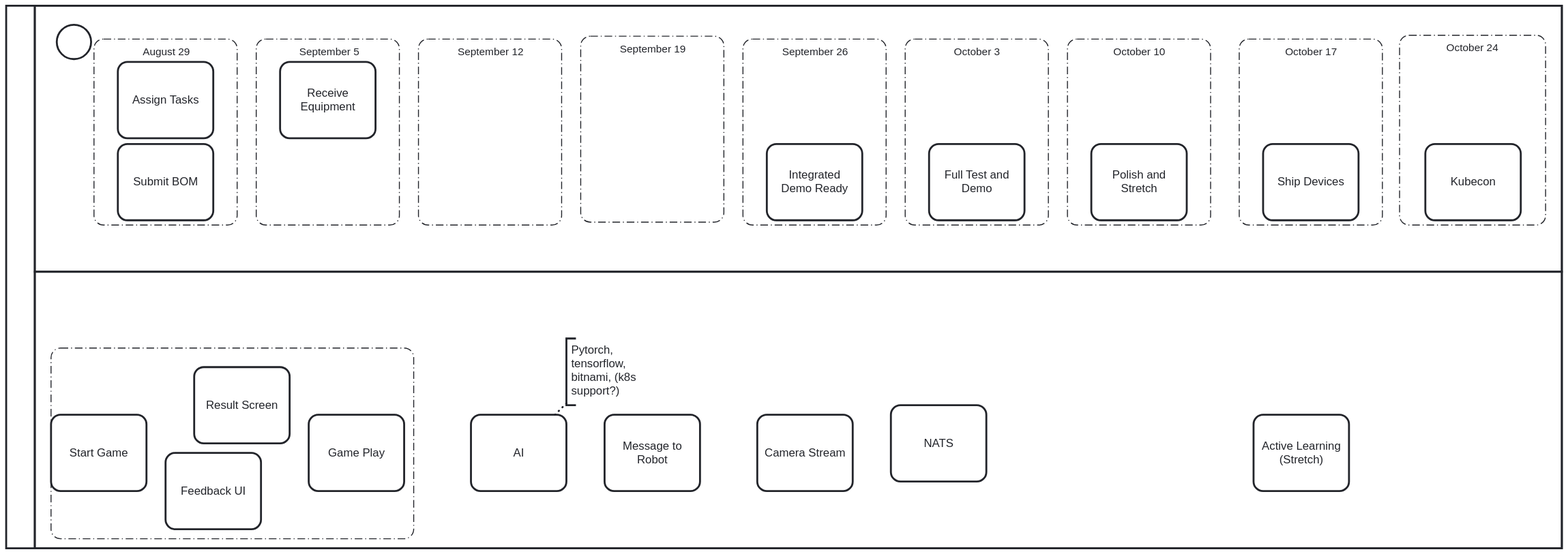
This is mtg-notes/timeline.svg from rancher-sandbox/kubecon-ai-demos, a BPMN export, as it was before one commit. Its source is kept beside it as mtg-notes/timeline.bpmn. Ids are renumbered. Its diagram source:
```xml
<bpmn:definitions xmlns:xsi="http://www.w3.org/2001/XMLSchema-instance" xmlns:bpmn="http://www.omg.org/spec/BPMN/20100524/MODEL" xmlns:bpmndi="http://www.omg.org/spec/BPMN/20100524/DI" xmlns:dc="http://www.omg.org/spec/DD/20100524/DC" xmlns:di="http://www.omg.org/spec/DD/20100524/DI" id="Definitions_n1" targetNamespace="http://bpmn.io/schema/bpmn" exporter="bpmn-js (https://demo.bpmn.io)" exporterVersion="9.3.2">
  <bpmn:collaboration id="Collaboration_n2">
    <bpmn:participant id="Participant_n3" processRef="Process_n4" />
    <bpmn:group id="Group_n5" categoryValueRef="CategoryValue_n6" />
    <bpmn:group id="Group_n7" categoryValueRef="CategoryValue_n8" />
    <bpmn:group id="Group_n9" categoryValueRef="CategoryValue_n10" />
    <bpmn:group id="Group_n11" categoryValueRef="CategoryValue_n12" />
    <bpmn:group id="Group_n13" categoryValueRef="CategoryValue_n14" />
    <bpmn:group id="Group_n15" categoryValueRef="CategoryValue_n16" />
    <bpmn:group id="Group_n17" categoryValueRef="CategoryValue_n18" />
    <bpmn:group id="Group_n19" categoryValueRef="CategoryValue_n20" />
    <bpmn:group id="Group_n21" categoryValueRef="CategoryValue_n22" />
    <bpmn:group id="Group_n23" categoryValueRef="CategoryValue_n24" />
  </bpmn:collaboration>
  <bpmn:process id="Process_n4" isExecutable="false">
    <bpmn:laneSet id="LaneSet_n25">
      <bpmn:lane id="Lane_n26">
        <bpmn:flowNodeRef>StartEvent_n27</bpmn:flowNodeRef>
        <bpmn:flowNodeRef>Activity_n28</bpmn:flowNodeRef>
        <bpmn:flowNodeRef>Activity_n29</bpmn:flowNodeRef>
        <bpmn:flowNodeRef>Activity_n30</bpmn:flowNodeRef>
        <bpmn:flowNodeRef>Activity_n31</bpmn:flowNodeRef>
        <bpmn:flowNodeRef>Activity_n32</bpmn:flowNodeRef>
        <bpmn:flowNodeRef>Activity_n33</bpmn:flowNodeRef>
        <bpmn:flowNodeRef>Activity_n34</bpmn:flowNodeRef>
        <bpmn:flowNodeRef>Activity_n35</bpmn:flowNodeRef>
      </bpmn:lane>
      <bpmn:lane id="Lane_n36">
        <bpmn:flowNodeRef>Activity_n37</bpmn:flowNodeRef>
        <bpmn:flowNodeRef>Activity_n38</bpmn:flowNodeRef>
        <bpmn:flowNodeRef>Activity_n39</bpmn:flowNodeRef>
        <bpmn:flowNodeRef>Activity_n40</bpmn:flowNodeRef>
        <bpmn:flowNodeRef>Activity_n41</bpmn:flowNodeRef>
        <bpmn:flowNodeRef>Activity_n42</bpmn:flowNodeRef>
        <bpmn:flowNodeRef>Activity_n43</bpmn:flowNodeRef>
        <bpmn:flowNodeRef>Activity_n44</bpmn:flowNodeRef>
        <bpmn:flowNodeRef>Activity_n45</bpmn:flowNodeRef>
      </bpmn:lane>
    </bpmn:laneSet>
    <bpmn:startEvent id="StartEvent_n27" />
    <bpmn:task id="Activity_n37" name="Start Game" />
    <bpmn:task id="Activity_n38" name="Active Learning (Stretch)" />
    <bpmn:task id="Activity_n39" name="AI" />
    <bpmn:task id="Activity_n40" name="Message to Robot" />
    <bpmn:task id="Activity_n41" name="Camera Stream" />
    <bpmn:task id="Activity_n42" name="Feedback UI" />
    <bpmn:task id="Activity_n43" name="Result Screen" />
    <bpmn:task id="Activity_n44" name="Game Play" />
    <bpmn:task id="Activity_n45" name="NATS" />
    <bpmn:task id="Activity_n28" name="Assign Tasks" />
    <bpmn:task id="Activity_n29" name="Receive Equipment" />
    <bpmn:task id="Activity_n30" name="Integrated Demo Ready" />
    <bpmn:task id="Activity_n31" name="Full Test and Demo" />
    <bpmn:task id="Activity_n32" name="Polish and Stretch" />
    <bpmn:task id="Activity_n33" name="Ship Devices" />
    <bpmn:task id="Activity_n34" name="Kubecon" />
    <bpmn:task id="Activity_n35" name="Submit BOM" />
    <bpmn:textAnnotation id="TextAnnotation_n46">
      <bpmn:text>Pytorch, tensorflow, bitnami, (k8s support?)</bpmn:text>
    </bpmn:textAnnotation>
    <bpmn:association id="Association_n47" sourceRef="Activity_n39" targetRef="TextAnnotation_n46" />
  </bpmn:process>
  <bpmn:category id="Category_n48">
    <bpmn:categoryValue id="CategoryValue_n6" value="October 24" />
  </bpmn:category>
  <bpmn:category id="Category_n49">
    <bpmn:categoryValue id="CategoryValue_n8" />
  </bpmn:category>
  <bpmn:category id="Category_n50">
    <bpmn:categoryValue id="CategoryValue_n10" value="October 17" />
  </bpmn:category>
  <bpmn:category id="Category_n51">
    <bpmn:categoryValue id="CategoryValue_n12" value="October 10" />
  </bpmn:category>
  <bpmn:category id="Category_n52">
    <bpmn:categoryValue id="CategoryValue_n14" value="October 3" />
  </bpmn:category>
  <bpmn:category id="Category_n53">
    <bpmn:categoryValue id="CategoryValue_n16" value="September 26" />
  </bpmn:category>
  <bpmn:category id="Category_n54">
    <bpmn:categoryValue id="CategoryValue_n18" value="September 19" />
  </bpmn:category>
  <bpmn:category id="Category_n55">
    <bpmn:categoryValue id="CategoryValue_n20" value="September 12" />
  </bpmn:category>
  <bpmn:category id="Category_n56">
    <bpmn:categoryValue id="CategoryValue_n22" value="September 5" />
  </bpmn:category>
  <bpmn:category id="Category_n57">
    <bpmn:categoryValue id="CategoryValue_n24" value="August 29" />
  </bpmn:category>
  <bpmndi:BPMNDiagram id="BPMNDiagram_1">
    <bpmndi:BPMNPlane id="BPMNPlane_1" bpmnElement="Collaboration_n2">
      <bpmndi:BPMNShape id="Participant_n3_di" bpmnElement="Participant_n3" isHorizontal="true">
        <dc:Bounds x="153" y="61" width="1630" height="569" />
      </bpmndi:BPMNShape>
      <bpmndi:BPMNShape id="Lane_n26_di" bpmnElement="Lane_n26" isHorizontal="true">
        <dc:Bounds x="183" y="61" width="1600" height="279" />
      </bpmndi:BPMNShape>
      <bpmndi:BPMNShape id="Lane_n36_di" bpmnElement="Lane_n36" isHorizontal="true">
        <dc:Bounds x="183" y="340" width="1600" height="290" />
      </bpmndi:BPMNShape>
      <bpmndi:BPMNShape id="TextAnnotation_n46_di" bpmnElement="TextAnnotation_n46">
        <dc:Bounds x="740" y="410" width="100" height="70" />
        <bpmndi:BPMNLabel />
      </bpmndi:BPMNShape>
      <bpmndi:BPMNShape id="_BPMNShape_StartEvent_2" bpmnElement="StartEvent_n27">
        <dc:Bounds x="206" y="81" width="36" height="36" />
      </bpmndi:BPMNShape>
      <bpmndi:BPMNShape id="Activity_n37_di" bpmnElement="Activity_n37">
        <dc:Bounds x="200" y="490" width="100" height="80" />
        <bpmndi:BPMNLabel />
      </bpmndi:BPMNShape>
      <bpmndi:BPMNShape id="Activity_n38_di" bpmnElement="Activity_n38">
        <dc:Bounds x="1460" y="490" width="100" height="80" />
        <bpmndi:BPMNLabel />
      </bpmndi:BPMNShape>
      <bpmndi:BPMNShape id="Activity_n39_di" bpmnElement="Activity_n39">
        <dc:Bounds x="640" y="490" width="100" height="80" />
        <bpmndi:BPMNLabel />
      </bpmndi:BPMNShape>
      <bpmndi:BPMNShape id="Activity_n40_di" bpmnElement="Activity_n40">
        <dc:Bounds x="780" y="490" width="100" height="80" />
        <bpmndi:BPMNLabel />
      </bpmndi:BPMNShape>
      <bpmndi:BPMNShape id="Activity_n41_di" bpmnElement="Activity_n41">
        <dc:Bounds x="940" y="490" width="100" height="80" />
        <bpmndi:BPMNLabel />
      </bpmndi:BPMNShape>
      <bpmndi:BPMNShape id="Activity_n42_di" bpmnElement="Activity_n42">
        <dc:Bounds x="320" y="530" width="100" height="80" />
        <bpmndi:BPMNLabel />
      </bpmndi:BPMNShape>
      <bpmndi:BPMNShape id="Activity_n43_di" bpmnElement="Activity_n43">
        <dc:Bounds x="350" y="440" width="100" height="80" />
        <bpmndi:BPMNLabel />
      </bpmndi:BPMNShape>
      <bpmndi:BPMNShape id="Activity_n44_di" bpmnElement="Activity_n44">
        <dc:Bounds x="470" y="490" width="100" height="80" />
        <bpmndi:BPMNLabel />
      </bpmndi:BPMNShape>
      <bpmndi:BPMNShape id="Activity_n45_di" bpmnElement="Activity_n45">
        <dc:Bounds x="1080" y="480" width="100" height="80" />
        <bpmndi:BPMNLabel />
      </bpmndi:BPMNShape>
      <bpmndi:BPMNShape id="Activity_n28_di" bpmnElement="Activity_n28">
        <dc:Bounds x="270" y="120" width="100" height="80" />
        <bpmndi:BPMNLabel />
      </bpmndi:BPMNShape>
      <bpmndi:BPMNShape id="Activity_n29_di" bpmnElement="Activity_n29">
        <dc:Bounds x="440" y="120" width="100" height="80" />
        <bpmndi:BPMNLabel />
      </bpmndi:BPMNShape>
      <bpmndi:BPMNShape id="Activity_n30_di" bpmnElement="Activity_n30">
        <dc:Bounds x="950" y="206" width="100" height="80" />
        <bpmndi:BPMNLabel />
      </bpmndi:BPMNShape>
      <bpmndi:BPMNShape id="Activity_n31_di" bpmnElement="Activity_n31">
        <dc:Bounds x="1120" y="206" width="100" height="80" />
        <bpmndi:BPMNLabel />
      </bpmndi:BPMNShape>
      <bpmndi:BPMNShape id="Activity_n32_di" bpmnElement="Activity_n32">
        <dc:Bounds x="1290" y="206" width="100" height="80" />
        <bpmndi:BPMNLabel />
      </bpmndi:BPMNShape>
      <bpmndi:BPMNShape id="Activity_n33_di" bpmnElement="Activity_n33">
        <dc:Bounds x="1470" y="206" width="100" height="80" />
        <bpmndi:BPMNLabel />
      </bpmndi:BPMNShape>
      <bpmndi:BPMNShape id="Activity_n34_di" bpmnElement="Activity_n34">
        <dc:Bounds x="1640" y="206" width="100" height="80" />
        <bpmndi:BPMNLabel />
      </bpmndi:BPMNShape>
      <bpmndi:BPMNShape id="Activity_n35_di" bpmnElement="Activity_n35">
        <dc:Bounds x="270" y="206" width="100" height="80" />
        <bpmndi:BPMNLabel />
      </bpmndi:BPMNShape>
      <bpmndi:BPMNEdge id="Association_n47_di" bpmnElement="Association_n47">
        <di:waypoint x="728" y="490" />
        <di:waypoint x="740" y="478" />
      </bpmndi:BPMNEdge>
      <bpmndi:BPMNShape id="Group_n7_di" bpmnElement="Group_n7">
        <dc:Bounds x="200" y="420" width="380" height="200" />
      </bpmndi:BPMNShape>
      <bpmndi:BPMNShape id="BPMNShape_n58" bpmnElement="Group_n17">
        <dc:Bounds x="755" y="93" width="150" height="195" />
        <bpmndi:BPMNLabel>
          <dc:Bounds x="796" y="100" width="70" height="14" />
        </bpmndi:BPMNLabel>
      </bpmndi:BPMNShape>
      <bpmndi:BPMNShape id="BPMNShape_n59" bpmnElement="Group_n13">
        <dc:Bounds x="1095" y="96" width="150" height="195" />
        <bpmndi:BPMNLabel>
          <dc:Bounds x="1146" y="103" width="49" height="14" />
        </bpmndi:BPMNLabel>
      </bpmndi:BPMNShape>
      <bpmndi:BPMNShape id="BPMNShape_n60" bpmnElement="Group_n11">
        <dc:Bounds x="1265" y="96" width="150" height="195" />
        <bpmndi:BPMNLabel>
          <dc:Bounds x="1313" y="103" width="55" height="14" />
        </bpmndi:BPMNLabel>
      </bpmndi:BPMNShape>
      <bpmndi:BPMNShape id="Group_n9_di" bpmnElement="Group_n9">
        <dc:Bounds x="1445" y="96" width="150" height="195" />
        <bpmndi:BPMNLabel>
          <dc:Bounds x="1493" y="103" width="55" height="14" />
        </bpmndi:BPMNLabel>
      </bpmndi:BPMNShape>
      <bpmndi:BPMNShape id="Group_n5_di" bpmnElement="Group_n5">
        <dc:Bounds x="1613" y="92" width="153" height="199" />
        <bpmndi:BPMNLabel>
          <dc:Bounds x="1662" y="99" width="55" height="14" />
        </bpmndi:BPMNLabel>
      </bpmndi:BPMNShape>
      <bpmndi:BPMNShape id="BPMNShape_n61" bpmnElement="Group_n15">
        <dc:Bounds x="925" y="96" width="150" height="195" />
        <bpmndi:BPMNLabel>
          <dc:Bounds x="966" y="103" width="70" height="14" />
        </bpmndi:BPMNLabel>
      </bpmndi:BPMNShape>
      <bpmndi:BPMNShape id="BPMNShape_n62" bpmnElement="Group_n19">
        <dc:Bounds x="585" y="96" width="150" height="195" />
        <bpmndi:BPMNLabel>
          <dc:Bounds x="626" y="103" width="70" height="14" />
        </bpmndi:BPMNLabel>
      </bpmndi:BPMNShape>
      <bpmndi:BPMNShape id="BPMNShape_n63" bpmnElement="Group_n21">
        <dc:Bounds x="415" y="96" width="150" height="195" />
        <bpmndi:BPMNLabel>
          <dc:Bounds x="460" y="103" width="63" height="14" />
        </bpmndi:BPMNLabel>
      </bpmndi:BPMNShape>
      <bpmndi:BPMNShape id="BPMNShape_n64" bpmnElement="Group_n23">
        <dc:Bounds x="245" y="96" width="150" height="195" />
        <bpmndi:BPMNLabel>
          <dc:Bounds x="296" y="103" width="50" height="14" />
        </bpmndi:BPMNLabel>
      </bpmndi:BPMNShape>
    </bpmndi:BPMNPlane>
  </bpmndi:BPMNDiagram>
</bpmn:definitions>
```
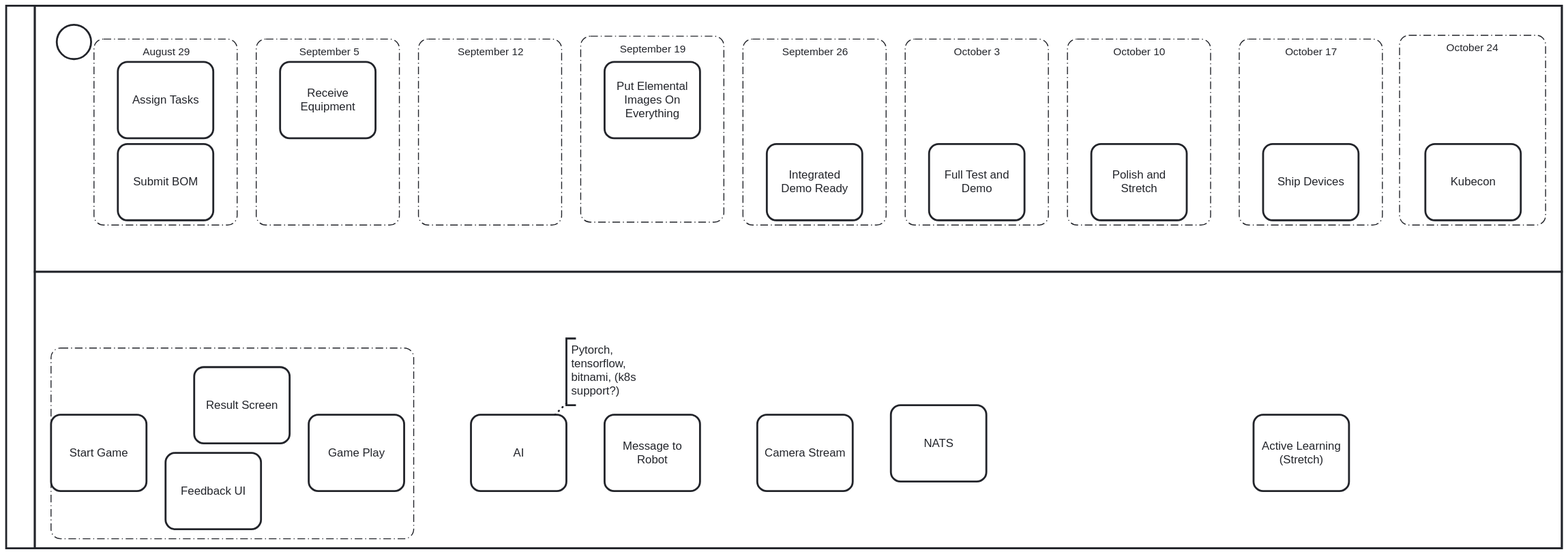
After the commit.

Commit message:
updated project updated timeline content Created new gameplay strawman Created onsite prep notes

What changed in the source:
```diff
@@ -24,6 +24,7 @@
         <bpmn:flowNodeRef>Activity_n33</bpmn:flowNodeRef>
         <bpmn:flowNodeRef>Activity_n34</bpmn:flowNodeRef>
         <bpmn:flowNodeRef>Activity_n35</bpmn:flowNodeRef>
+        <bpmn:flowNodeRef>Activity_n65</bpmn:flowNodeRef>
       </bpmn:lane>
       <bpmn:lane id="Lane_n36">
         <bpmn:flowNodeRef>Activity_n37</bpmn:flowNodeRef>
@@ -55,6 +56,7 @@
     <bpmn:task id="Activity_n33" name="Ship Devices" />
     <bpmn:task id="Activity_n34" name="Kubecon" />
     <bpmn:task id="Activity_n35" name="Submit BOM" />
+    <bpmn:task id="Activity_n65" name="Put Elemental Images On Everything" />
     <bpmn:textAnnotation id="TextAnnotation_n46">
       <bpmn:text>Pytorch, tensorflow, bitnami, (k8s support?)</bpmn:text>
     </bpmn:textAnnotation>
@@ -95,15 +97,11 @@
       <bpmndi:BPMNShape id="Participant_n3_di" bpmnElement="Participant_n3" isHorizontal="true">
         <dc:Bounds x="153" y="61" width="1630" height="569" />
       </bpmndi:BPMNShape>
-      <bpmndi:BPMNShape id="Lane_n26_di" bpmnElement="Lane_n26" isHorizontal="true">
-        <dc:Bounds x="183" y="61" width="1600" height="279" />
-      </bpmndi:BPMNShape>
       <bpmndi:BPMNShape id="Lane_n36_di" bpmnElement="Lane_n36" isHorizontal="true">
         <dc:Bounds x="183" y="340" width="1600" height="290" />
       </bpmndi:BPMNShape>
-      <bpmndi:BPMNShape id="TextAnnotation_n46_di" bpmnElement="TextAnnotation_n46">
-        <dc:Bounds x="740" y="410" width="100" height="70" />
-        <bpmndi:BPMNLabel />
+      <bpmndi:BPMNShape id="Lane_n26_di" bpmnElement="Lane_n26" isHorizontal="true">
+        <dc:Bounds x="183" y="61" width="1600" height="279" />
       </bpmndi:BPMNShape>
       <bpmndi:BPMNShape id="_BPMNShape_StartEvent_2" bpmnElement="StartEvent_n27">
         <dc:Bounds x="206" y="81" width="36" height="36" />
@@ -176,17 +174,37 @@
         <dc:Bounds x="270" y="206" width="100" height="80" />
         <bpmndi:BPMNLabel />
       </bpmndi:BPMNShape>
+      <bpmndi:BPMNShape id="TextAnnotation_n46_di" bpmnElement="TextAnnotation_n46">
+        <dc:Bounds x="740" y="410" width="100" height="70" />
+        <bpmndi:BPMNLabel />
+      </bpmndi:BPMNShape>
+      <bpmndi:BPMNShape id="Activity_n65_di" bpmnElement="Activity_n65">
+        <dc:Bounds x="780" y="120" width="100" height="80" />
+        <bpmndi:BPMNLabel />
+      </bpmndi:BPMNShape>
       <bpmndi:BPMNEdge id="Association_n47_di" bpmnElement="Association_n47">
         <di:waypoint x="728" y="490" />
         <di:waypoint x="740" y="478" />
       </bpmndi:BPMNEdge>
+      <bpmndi:BPMNShape id="Group_n5_di" bpmnElement="Group_n5">
+        <dc:Bounds x="1613" y="92" width="153" height="199" />
+        <bpmndi:BPMNLabel>
+          <dc:Bounds x="1662" y="99" width="55" height="14" />
+        </bpmndi:BPMNLabel>
+      </bpmndi:BPMNShape>
       <bpmndi:BPMNShape id="Group_n7_di" bpmnElement="Group_n7">
         <dc:Bounds x="200" y="420" width="380" height="200" />
       </bpmndi:BPMNShape>
-      <bpmndi:BPMNShape id="BPMNShape_n58" bpmnElement="Group_n17">
-        <dc:Bounds x="755" y="93" width="150" height="195" />
+      <bpmndi:BPMNShape id="Group_n9_di" bpmnElement="Group_n9">
+        <dc:Bounds x="1445" y="96" width="150" height="195" />
         <bpmndi:BPMNLabel>
-          <dc:Bounds x="796" y="100" width="70" height="14" />
+          <dc:Bounds x="1493" y="103" width="55" height="14" />
+        </bpmndi:BPMNLabel>
+      </bpmndi:BPMNShape>
+      <bpmndi:BPMNShape id="BPMNShape_n60" bpmnElement="Group_n11">
+        <dc:Bounds x="1265" y="96" width="150" height="195" />
+        <bpmndi:BPMNLabel>
+          <dc:Bounds x="1313" y="103" width="55" height="14" />
         </bpmndi:BPMNLabel>
       </bpmndi:BPMNShape>
       <bpmndi:BPMNShape id="BPMNShape_n59" bpmnElement="Group_n13">
@@ -195,28 +213,16 @@
           <dc:Bounds x="1146" y="103" width="49" height="14" />
         </bpmndi:BPMNLabel>
       </bpmndi:BPMNShape>
-      <bpmndi:BPMNShape id="BPMNShape_n60" bpmnElement="Group_n11">
-        <dc:Bounds x="1265" y="96" width="150" height="195" />
-        <bpmndi:BPMNLabel>
-          <dc:Bounds x="1313" y="103" width="55" height="14" />
-        </bpmndi:BPMNLabel>
-      </bpmndi:BPMNShape>
-      <bpmndi:BPMNShape id="Group_n9_di" bpmnElement="Group_n9">
-        <dc:Bounds x="1445" y="96" width="150" height="195" />
-        <bpmndi:BPMNLabel>
-          <dc:Bounds x="1493" y="103" width="55" height="14" />
-        </bpmndi:BPMNLabel>
-      </bpmndi:BPMNShape>
-      <bpmndi:BPMNShape id="Group_n5_di" bpmnElement="Group_n5">
-        <dc:Bounds x="1613" y="92" width="153" height="199" />
-        <bpmndi:BPMNLabel>
-          <dc:Bounds x="1662" y="99" width="55" height="14" />
-        </bpmndi:BPMNLabel>
-      </bpmndi:BPMNShape>
       <bpmndi:BPMNShape id="BPMNShape_n61" bpmnElement="Group_n15">
         <dc:Bounds x="925" y="96" width="150" height="195" />
         <bpmndi:BPMNLabel>
           <dc:Bounds x="966" y="103" width="70" height="14" />
+        </bpmndi:BPMNLabel>
+      </bpmndi:BPMNShape>
+      <bpmndi:BPMNShape id="BPMNShape_n58" bpmnElement="Group_n17">
+        <dc:Bounds x="755" y="93" width="150" height="195" />
+        <bpmndi:BPMNLabel>
+          <dc:Bounds x="796" y="100" width="70" height="14" />
         </bpmndi:BPMNLabel>
       </bpmndi:BPMNShape>
       <bpmndi:BPMNShape id="BPMNShape_n62" bpmnElement="Group_n19">
```
